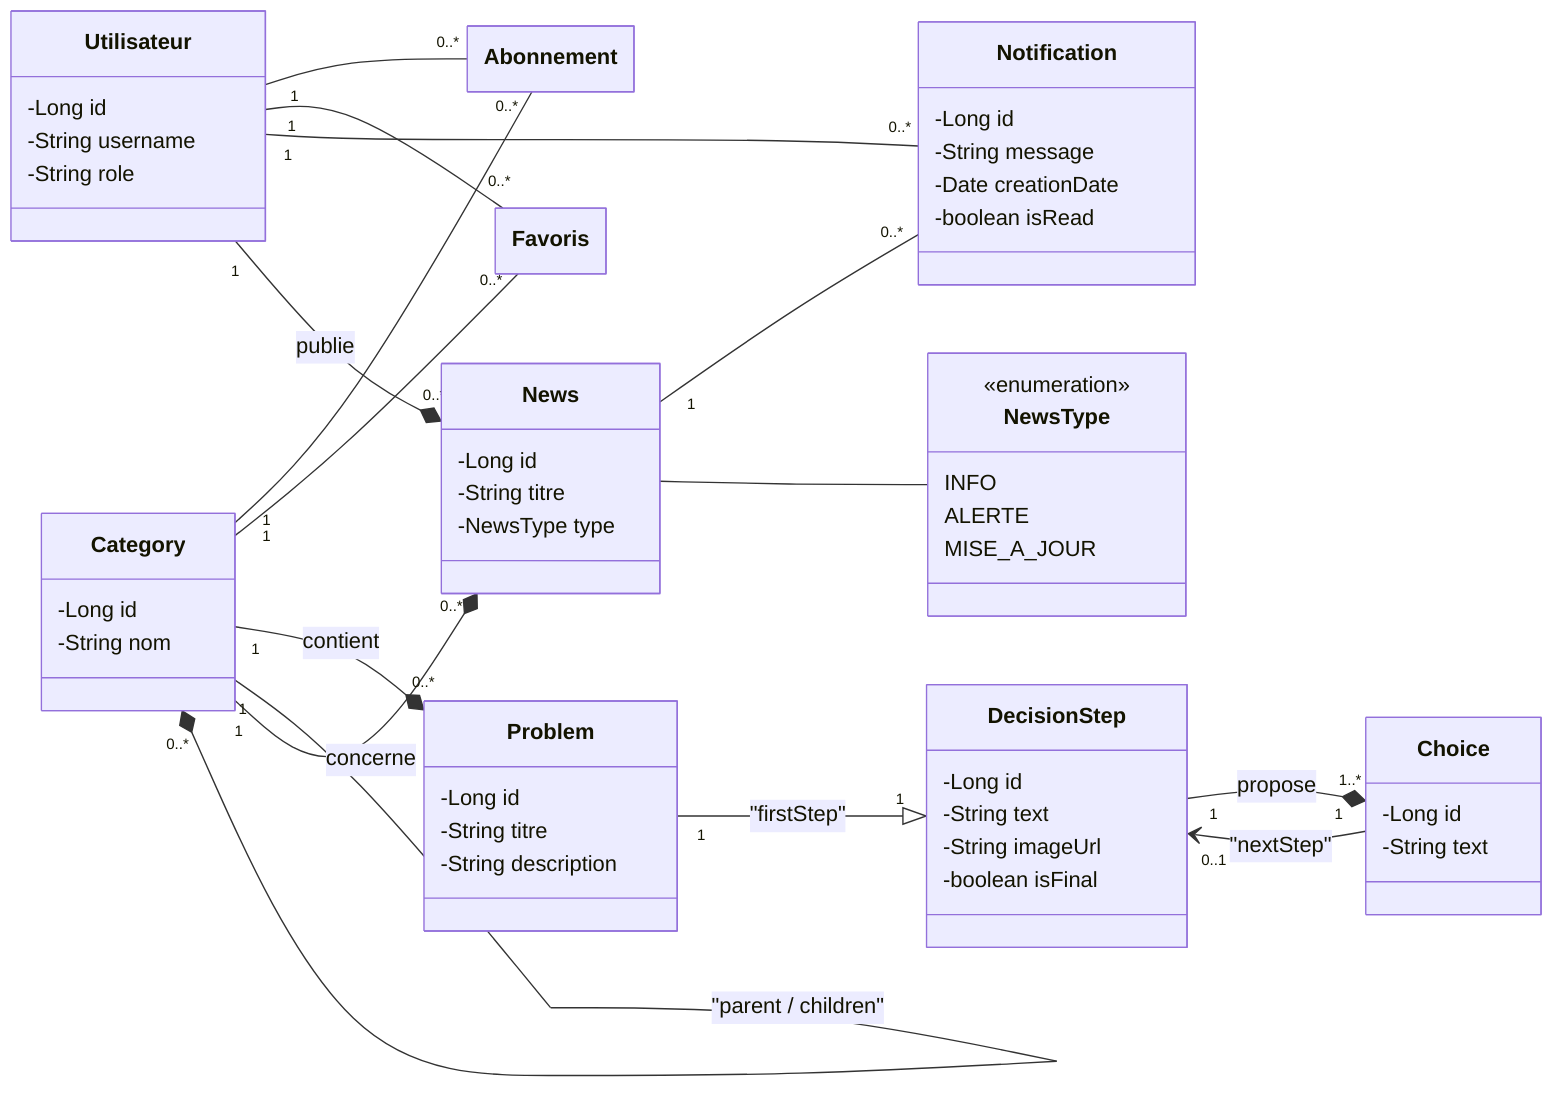
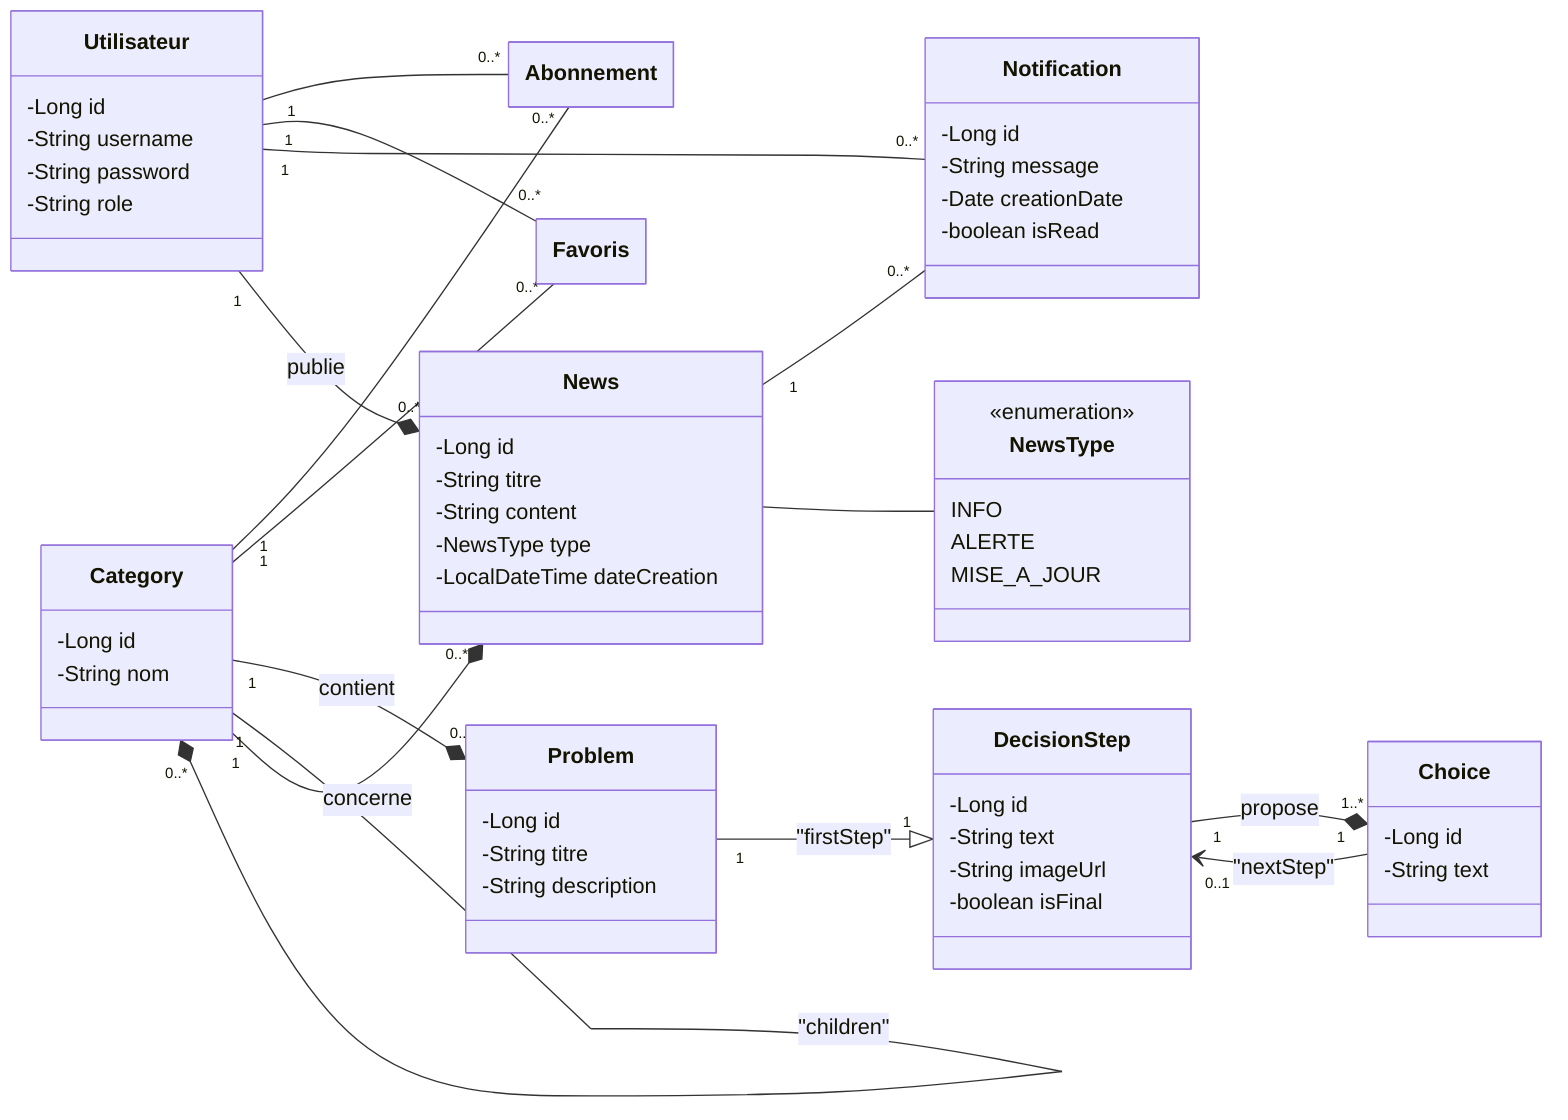
---
config:
  class:
    hideEmptyMembersBox: true
---
classDiagram
    direction LR

class NewsType {
    <<enumeration>>
    INFO
    ALERTE
    MISE_A_JOUR
}

class Utilisateur {
-Long id
-String username
+ -String password
-String role
}

class Category {
-Long id
-String nom
}

class Problem {
-Long id
-String titre
-String description
}

class News {
-Long id
-String titre
+ -String content
-NewsType type
+ -LocalDateTime dateCreation
}

class DecisionStep {
-Long id
-String text
-String imageUrl
-boolean isFinal
}

class Choice {
-Long id
-String text
}

class Notification {
-Long id
-String message
-Date creationDate
-boolean isRead
}

class Abonnement
class Favoris


Utilisateur "1" -- "0..*" Abonnement
Category "1" -- "0..*" Abonnement

Utilisateur "1" -- "0..*" Favoris
Category "1" -- "0..*" Favoris

Utilisateur "1" -- "0..*" Notification
News "1" -- "0..*" Notification

Category "1" --* "0..*" Problem : contient
- Category "1" --* "0..*" Category : "parent / children"
+ Category "1" --* "1" Category : "parent"
+ Category "1" --* "0..*" Category : "children"
Category "1" --* "0..*" News : concerne

Problem "1" --|> "1" DecisionStep : "firstStep"

Utilisateur "1" --* "0..*" News : publie

DecisionStep "1" --* "1..*" Choice : propose
Choice "1" --> "0..1" DecisionStep : "nextStep"

News -- NewsType